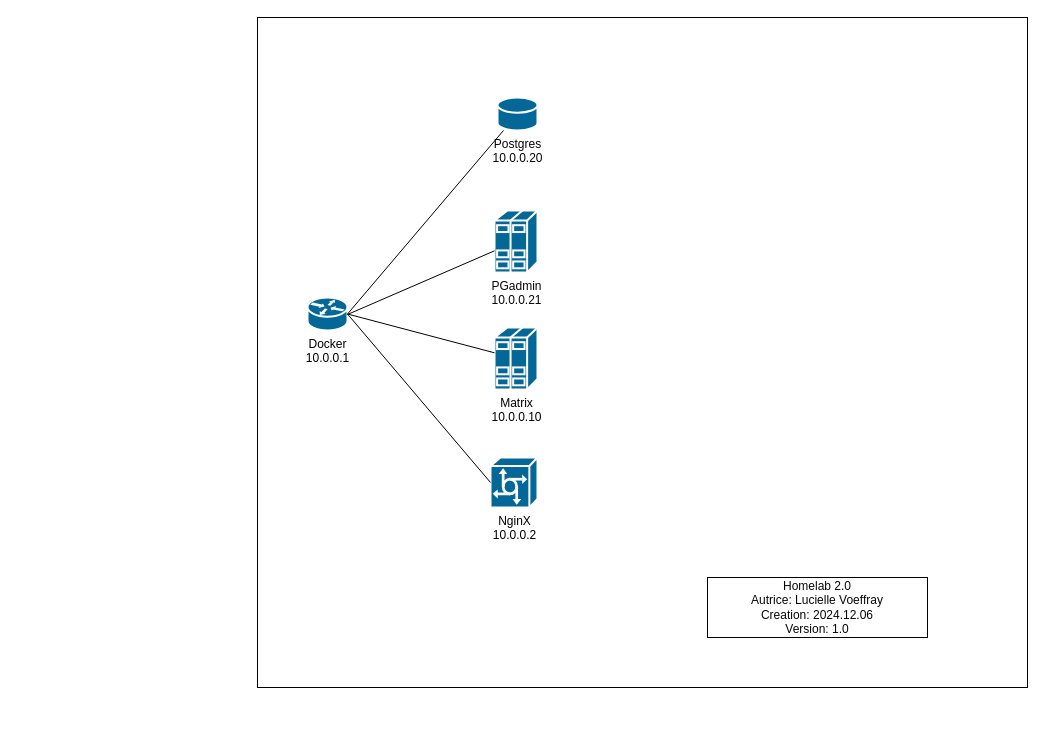
Before: documentation/network.drawio in Lucielle-Voeffray/postgres-docker, a draw.io diagram. Source tidied: cells renumbered, new cells numbered last; positions are measured from the earlier drawing's top-left corner, leaving out a move shared by most shapes. Both pictures are drawn from the tidied source at 100%, with x=0, y=0 at pixel (257, 17).
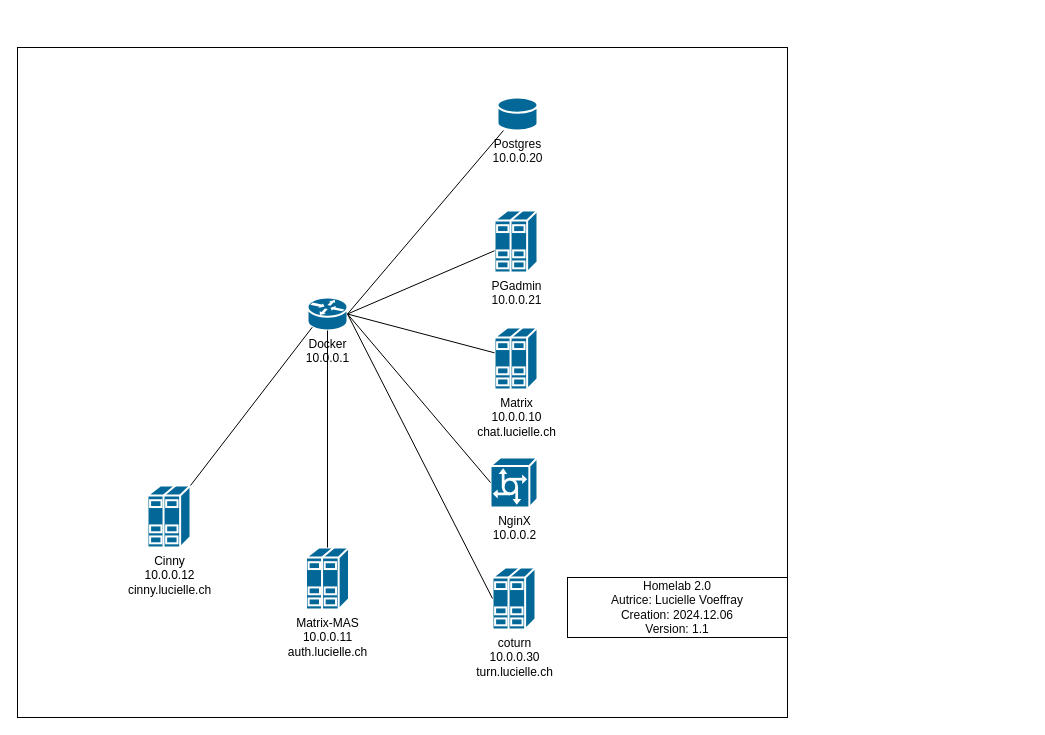
Above is the later version.

Commit message (it also covers changes not shown here):
New members to the great family UwU

Change to the diagram source:
```diff
@@
 <mxGraphModel>
   <root>
     <mxCell id="0" />
     <mxCell id="1" parent="0" />
     <mxCell id="2" style="rounded=0;whiteSpace=wrap;html=1;fillColor=#FFFFFF;" parent="1" vertex="1">
-      <mxGeometry width="770" height="670" as="geometry" />
+      <mxGeometry x="-240" y="30" width="770" height="670" as="geometry" />
     </mxCell>
     <mxCell id="3" value="&lt;font color=&quot;#000000&quot;&gt;Docker&lt;br&gt;10.0.0.1&lt;/font&gt;" style="shape=mxgraph.cisco.routers.router;sketch=0;html=1;dashed=0;fillColor=#036897;strokeColor=#ffffff;strokeWidth=2;verticalLabelPosition=bottom;verticalAlign=top;align=center;outlineConnect=0;" parent="1" vertex="1">
       <mxGeometry x="50" y="280" width="40" height="33" as="geometry" />
     </mxCell>
     <mxCell id="4" value="&lt;font color=&quot;#080707&quot;&gt;Postgres&lt;br&gt;10.0.0.20&lt;/font&gt;" style="shape=mxgraph.cisco.storage.relational_database;sketch=0;html=1;dashed=0;fillColor=#036897;strokeColor=#ffffff;strokeWidth=2;verticalLabelPosition=bottom;verticalAlign=top;align=center;outlineConnect=0;" parent="1" vertex="1">
       <mxGeometry x="240" y="80" width="40" height="33" as="geometry" />
     </mxCell>
     <mxCell id="5" value="&lt;font color=&quot;#080707&quot;&gt;PGadmin&lt;br&gt;10.0.0.21&lt;/font&gt;" style="shape=mxgraph.cisco.servers.standard_host;sketch=0;html=1;dashed=0;fillColor=#036897;strokeColor=#ffffff;strokeWidth=2;verticalLabelPosition=bottom;verticalAlign=top;align=center;outlineConnect=0;" parent="1" vertex="1">
       <mxGeometry x="237" y="193" width="43" height="62" as="geometry" />
     </mxCell>
-    <mxCell id="6" value="&lt;font color=&quot;#000000&quot;&gt;Matrix&lt;br&gt;10.0.0.10&lt;/font&gt;" style="shape=mxgraph.cisco.servers.standard_host;sketch=0;html=1;dashed=0;fillColor=#036897;strokeColor=#ffffff;strokeWidth=2;verticalLabelPosition=bottom;verticalAlign=top;align=center;outlineConnect=0;" parent="1" vertex="1">
+    <mxCell id="6" value="&lt;font color=&quot;#000000&quot;&gt;Matrix&lt;br&gt;10.0.0.10&lt;br&gt;chat.lucielle.ch&lt;br&gt;&lt;/font&gt;" style="shape=mxgraph.cisco.servers.standard_host;sketch=0;html=1;dashed=0;fillColor=#036897;strokeColor=#ffffff;strokeWidth=2;verticalLabelPosition=bottom;verticalAlign=top;align=center;outlineConnect=0;" parent="1" vertex="1">
       <mxGeometry x="237" y="310" width="43" height="62" as="geometry" />
     </mxCell>
     <mxCell id="7" style="endArrow=none;html=1;exitX=1;exitY=0.5;exitDx=0;exitDy=0;exitPerimeter=0;strokeColor=#000000;" parent="1" edge="1" source="3" target="4">
       <mxGeometry relative="1" as="geometry" />
     </mxCell>
-    <mxCell id="8" style="endArrow=none;html=1;strokeColor=#000000;" parent="1" edge="1" target="5">
-      <mxGeometry relative="1" as="geometry">
-        <mxPoint x="90" y="297" as="sourcePoint" />
-      </mxGeometry>
+    <mxCell id="8" style="endArrow=none;html=1;strokeColor=#000000;exitX=1;exitY=0.5;exitDx=0;exitDy=0;exitPerimeter=0;" parent="1" edge="1" source="3" target="5">
+      <mxGeometry relative="1" as="geometry" />
     </mxCell>
     <mxCell id="9" style="endArrow=none;html=1;exitX=1;exitY=0.5;exitDx=0;exitDy=0;exitPerimeter=0;strokeColor=#000000;" parent="1" edge="1" source="3" target="6">
       <mxGeometry relative="1" as="geometry" />
     </mxCell>
     <mxCell id="10" value="&lt;font color=&quot;#000000&quot;&gt;NginX&lt;br&gt;10.0.0.2&lt;/font&gt;" style="shape=mxgraph.cisco.servers.communications_server;sketch=0;html=1;dashed=0;fillColor=#036897;strokeColor=#ffffff;strokeWidth=2;verticalLabelPosition=bottom;verticalAlign=top;align=center;outlineConnect=0;" parent="1" vertex="1">
       <mxGeometry x="233" y="440" width="47" height="50" as="geometry" />
     </mxCell>
     <mxCell id="11" style="endArrow=none;html=1;exitX=0;exitY=0.5;exitDx=0;exitDy=0;exitPerimeter=0;entryX=1;entryY=0.5;entryDx=0;entryDy=0;entryPerimeter=0;strokeColor=#000000;" parent="1" edge="1" source="10" target="3">
       <mxGeometry relative="1" as="geometry" />
     </mxCell>
-    <mxCell id="12" value="&lt;font color=&quot;#080707&quot;&gt;Homelab 2.0&lt;br&gt;Autrice: Lucielle Voeffray&lt;br&gt;Creation: 2024.12.06&lt;br&gt;Version: 1.0&lt;br&gt;&lt;/font&gt;" style="rounded=0;whiteSpace=wrap;html=1;fillColor=#FFFFFF;" parent="1" vertex="1">
-      <mxGeometry x="450" y="560" width="220" height="60" as="geometry" />
+    <mxCell id="12" value="&lt;font color=&quot;#080707&quot;&gt;Homelab 2.0&lt;br&gt;Autrice: Lucielle Voeffray&lt;br&gt;Creation: 2024.12.06&lt;br&gt;Version: 1.1&lt;br&gt;&lt;/font&gt;" style="rounded=0;whiteSpace=wrap;html=1;fillColor=#FFFFFF;" parent="1" vertex="1">
+      <mxGeometry x="310" y="560" width="220" height="60" as="geometry" />
     </mxCell>
+    <mxCell id="13" value="&lt;font color=&quot;#000000&quot;&gt;coturn&lt;br&gt;10.0.0.30&lt;br&gt;turn.lucielle.ch&lt;br&gt;&lt;/font&gt;" style="shape=mxgraph.cisco.servers.standard_host;sketch=0;html=1;dashed=0;fillColor=#036897;strokeColor=#ffffff;strokeWidth=2;verticalLabelPosition=bottom;verticalAlign=top;align=center;outlineConnect=0;" parent="1" vertex="1">
+      <mxGeometry x="235" y="550" width="43" height="62" as="geometry" />
+    </mxCell>
+    <mxCell id="14" style="endArrow=none;html=1;fontColor=#000000;strokeColor=#000000;exitX=0;exitY=0.5;exitDx=0;exitDy=0;exitPerimeter=0;entryX=1;entryY=0.5;entryDx=0;entryDy=0;entryPerimeter=0;" parent="1" edge="1" source="13" target="3">
+      <mxGeometry relative="1" as="geometry" />
+    </mxCell>
+    <mxCell id="15" value="&lt;font color=&quot;#000000&quot;&gt;Matrix-MAS&lt;br&gt;10.0.0.11&lt;br&gt;auth.lucielle.ch&lt;br&gt;&lt;/font&gt;" style="shape=mxgraph.cisco.servers.standard_host;sketch=0;html=1;dashed=0;fillColor=#036897;strokeColor=#ffffff;strokeWidth=2;verticalLabelPosition=bottom;verticalAlign=top;align=center;outlineConnect=0;" parent="1" vertex="1">
+      <mxGeometry x="48.5" y="530" width="43" height="62" as="geometry" />
+    </mxCell>
+    <mxCell id="16" style="endArrow=none;html=1;strokeColor=#000000;fontColor=#000000;exitX=0.5;exitY=0;exitDx=0;exitDy=0;exitPerimeter=0;entryX=0.5;entryY=1;entryDx=0;entryDy=0;entryPerimeter=0;" parent="1" edge="1" source="15" target="3">
+      <mxGeometry relative="1" as="geometry" />
+    </mxCell>
+    <mxCell id="17" value="&lt;font color=&quot;#000000&quot;&gt;Cinny&lt;br&gt;10.0.0.12&lt;br&gt;cinny.lucielle.ch&lt;br&gt;&lt;/font&gt;" style="shape=mxgraph.cisco.servers.standard_host;sketch=0;html=1;dashed=0;fillColor=#036897;strokeColor=#ffffff;strokeWidth=2;verticalLabelPosition=bottom;verticalAlign=top;align=center;outlineConnect=0;" parent="1" vertex="1">
+      <mxGeometry x="-110" y="468" width="43" height="62" as="geometry" />
+    </mxCell>
+    <mxCell id="18" style="endArrow=none;html=1;strokeColor=#000000;fontColor=#000000;entryX=0.12;entryY=0.9;entryDx=0;entryDy=0;entryPerimeter=0;exitX=1;exitY=0;exitDx=0;exitDy=0;exitPerimeter=0;" parent="1" edge="1" source="17" target="3">
+      <mxGeometry relative="1" as="geometry" />
+    </mxCell>
   </root>
 </mxGraphModel>
```
